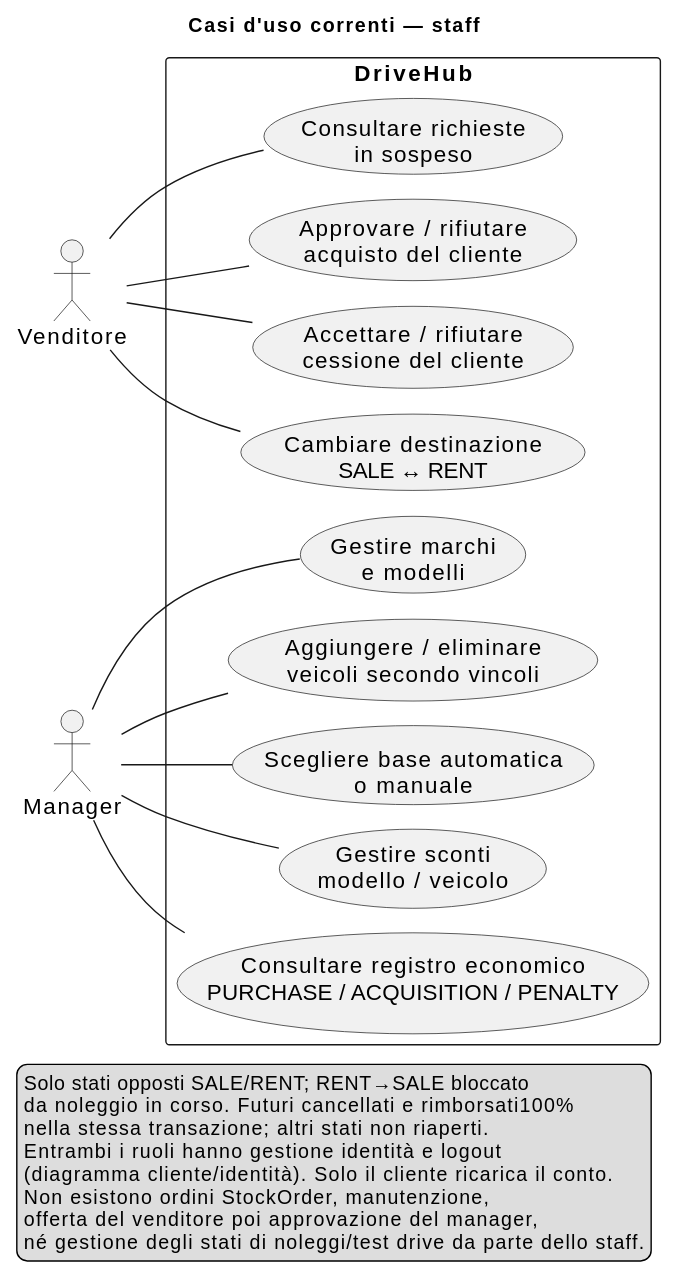
fededamo/DriveHub keeps this PlantUML diagram as docs/diagrams/current/use-cases-staff.svg. Above is the earlier version.
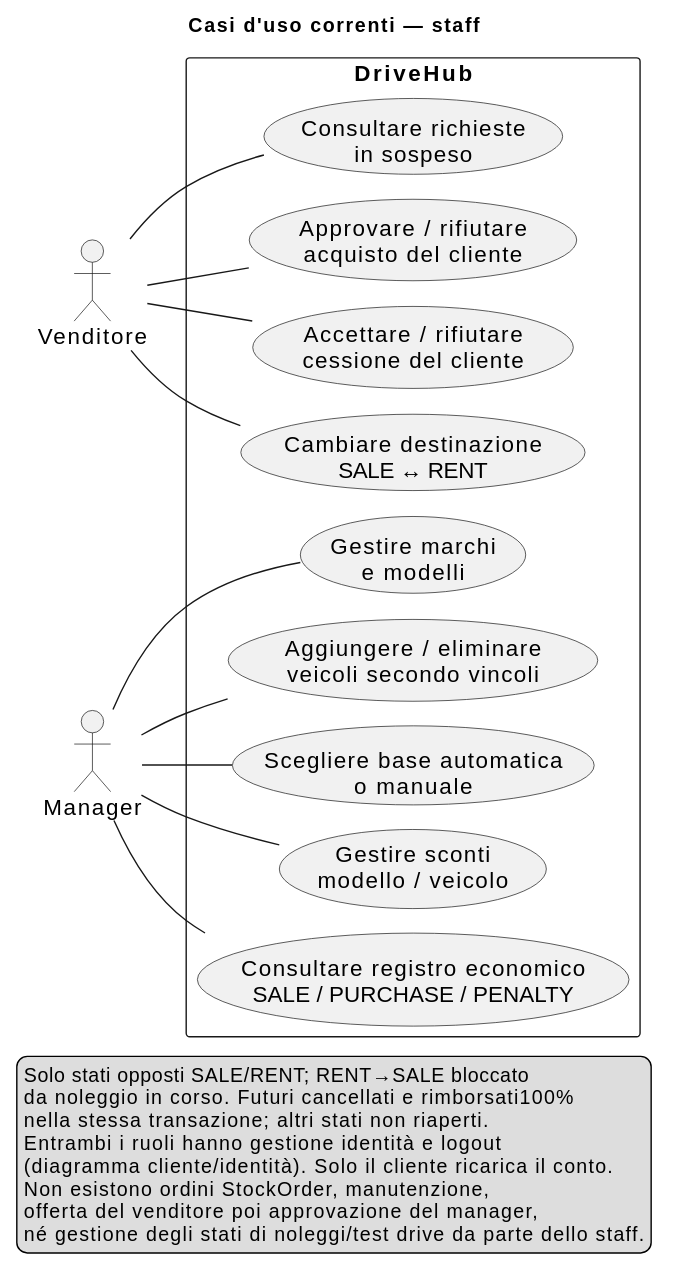
After the change.

Diff of the diagram source:
```diff
@@ -15,7 +15,7 @@
   usecase "Aggiungere / eliminare\nveicoli secondo vincoli" as Vehicles
   usecase "Scegliere base automatica\no manuale" as Price
   usecase "Gestire sconti\nmodello / veicolo" as Discount
-  usecase "Consultare registro economico\nPURCHASE / ACQUISITION / PENALTY" as Register
+  usecase "Consultare registro economico\nSALE / PURCHASE / PENALTY" as Register
 }
 Venditore -- Pending
 Venditore -- Purchase
```
